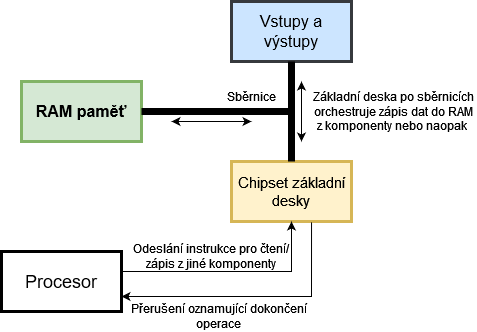
Above: content/jak-se-stat-ajtakem/procesor/asyncio.png in czmirek/mrthompsoncz (draw.io), before the change. Source tidied: cells renumbered, new cells last; positions are measured from the earlier drawing's top-left corner, leaving out a move shared by most shapes. Its diagram source:
```xml
<mxGraphModel>
  <root>
    <mxCell id="0" />
    <mxCell id="1" parent="0" />
    <mxCell id="2" value="Procesor" style="rounded=0;whiteSpace=wrap;html=1;strokeWidth=3;fontSize=18;" parent="1" vertex="1">
      <mxGeometry y="250" width="120" height="60" as="geometry" />
    </mxCell>
    <mxCell id="3" value="&lt;div style=&quot;font-size: 16px;&quot;&gt;RAM paměť&lt;/div&gt;" style="rounded=0;whiteSpace=wrap;html=1;fillColor=#d5e8d4;strokeColor=#82b366;fontSize=16;fontStyle=1;strokeWidth=3;" parent="1" vertex="1">
      <mxGeometry x="20" y="80" width="120" height="60" as="geometry" />
    </mxCell>
    <mxCell id="4" value="Chipset základní desky" style="rounded=0;whiteSpace=wrap;html=1;fillColor=#fff2cc;strokeColor=#d6b656;strokeWidth=3;fontSize=15;" parent="1" vertex="1">
      <mxGeometry x="230" y="160" width="120" height="60" as="geometry" />
    </mxCell>
    <mxCell id="5" value="Vstupy a výstupy" style="rounded=0;whiteSpace=wrap;html=1;fillColor=#cce5ff;strokeColor=#36393d;strokeWidth=3;fontSize=16;fontStyle=0;" parent="1" vertex="1">
      <mxGeometry x="230" width="120" height="60" as="geometry" />
    </mxCell>
    <mxCell id="6" style="endArrow=none;startArrow=none;html=1;rounded=0;entryX=0.5;entryY=1;entryDx=0;entryDy=0;exitX=0.5;exitY=0;exitDx=0;exitDy=0;startFill=0;endFill=0;strokeWidth=7;" parent="1" edge="1" source="4" target="5">
      <mxGeometry relative="1" as="geometry" />
    </mxCell>
    <mxCell id="7" style="endArrow=none;startArrow=none;html=1;rounded=0;exitX=1;exitY=0.5;exitDx=0;exitDy=0;startFill=0;endFill=0;strokeWidth=7;" parent="1" edge="1" source="3">
      <mxGeometry relative="1" as="geometry">
        <mxPoint x="290" y="110" as="targetPoint" />
      </mxGeometry>
    </mxCell>
    <mxCell id="8" value="Sběrnice" style="text;html=1;align=center;verticalAlign=middle;whiteSpace=wrap;rounded=0;" parent="1" vertex="1">
      <mxGeometry x="220" y="80" width="60" height="30" as="geometry" />
    </mxCell>
    <mxCell id="9" style="endArrow=classic;startArrow=classic;html=1;rounded=0;" parent="1" edge="1">
      <mxGeometry relative="1" as="geometry">
        <mxPoint x="170" y="120" as="sourcePoint" />
        <mxPoint x="250" y="120" as="targetPoint" />
      </mxGeometry>
    </mxCell>
    <mxCell id="10" style="endArrow=classic;startArrow=classic;html=1;rounded=0;" parent="1" edge="1">
      <mxGeometry relative="1" as="geometry">
        <mxPoint x="300" y="80" as="sourcePoint" />
        <mxPoint x="300" y="140" as="targetPoint" />
      </mxGeometry>
    </mxCell>
    <mxCell id="11" style="endArrow=classic;html=1;rounded=0;entryX=0.5;entryY=1;entryDx=0;entryDy=0;" parent="1" edge="1" target="4">
      <mxGeometry relative="1" as="geometry">
        <mxPoint x="120" y="270" as="sourcePoint" />
        <Array as="points">
          <mxPoint x="290" y="270" />
        </Array>
      </mxGeometry>
    </mxCell>
    <mxCell id="12" value="Odeslání instrukce pro čtení/zápis z jiné komponenty" style="text;html=1;align=center;verticalAlign=middle;whiteSpace=wrap;rounded=0;" parent="1" vertex="1">
      <mxGeometry x="130" y="240" width="160" height="30" as="geometry" />
    </mxCell>
    <mxCell id="13" style="endArrow=classic;html=1;rounded=0;exitX=0.667;exitY=1.014;exitDx=0;exitDy=0;exitPerimeter=0;entryX=1;entryY=0.75;entryDx=0;entryDy=0;" parent="1" edge="1" source="4" target="2">
      <mxGeometry relative="1" as="geometry">
        <Array as="points">
          <mxPoint x="310" y="295" />
        </Array>
      </mxGeometry>
    </mxCell>
    <mxCell id="14" value="Přerušení oznamující dokončení operace" style="text;html=1;align=center;verticalAlign=middle;whiteSpace=wrap;rounded=0;" parent="1" vertex="1">
      <mxGeometry x="120" y="300" width="195" height="30" as="geometry" />
    </mxCell>
    <mxCell id="15" value="Základní deska po sběrnicích orchestruje zápis dat do RAM z komponenty nebo naopak&amp;nbsp; " style="text;html=1;align=center;verticalAlign=middle;whiteSpace=wrap;rounded=0;" parent="1" vertex="1">
      <mxGeometry x="310" y="86.2" width="165" height="47.5" as="geometry" />
    </mxCell>
  </root>
</mxGraphModel>
```
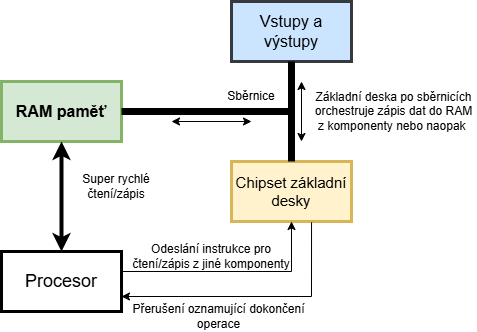
Above is the later version.

Change to the diagram source:
```diff
@@ -6,7 +6,7 @@
       <mxGeometry y="250" width="120" height="60" as="geometry" />
     </mxCell>
     <mxCell id="3" value="&lt;div style=&quot;font-size: 16px;&quot;&gt;RAM paměť&lt;/div&gt;" style="rounded=0;whiteSpace=wrap;html=1;fillColor=#d5e8d4;strokeColor=#82b366;fontSize=16;fontStyle=1;strokeWidth=3;" parent="1" vertex="1">
-      <mxGeometry x="20" y="80" width="120" height="60" as="geometry" />
+      <mxGeometry y="80" width="120" height="60" as="geometry" />
     </mxCell>
     <mxCell id="4" value="Chipset základní desky" style="rounded=0;whiteSpace=wrap;html=1;fillColor=#fff2cc;strokeColor=#d6b656;strokeWidth=3;fontSize=15;" parent="1" vertex="1">
       <mxGeometry x="230" y="160" width="120" height="60" as="geometry" />
@@ -61,5 +61,11 @@
     <mxCell id="15" value="Základní deska po sběrnicích orchestruje zápis dat do RAM z komponenty nebo naopak&amp;nbsp; " style="text;html=1;align=center;verticalAlign=middle;whiteSpace=wrap;rounded=0;" parent="1" vertex="1">
       <mxGeometry x="310" y="86.2" width="165" height="47.5" as="geometry" />
     </mxCell>
+    <mxCell id="16" style="endArrow=classic;startArrow=classic;html=1;rounded=0;strokeWidth=4;entryX=0.5;entryY=1;entryDx=0;entryDy=0;exitX=0.5;exitY=0;exitDx=0;exitDy=0;" parent="1" edge="1" source="2" target="3">
+      <mxGeometry relative="1" as="geometry" />
+    </mxCell>
+    <mxCell id="17" value="Super rychlé čtení/zápis" style="text;html=1;align=center;verticalAlign=middle;whiteSpace=wrap;rounded=0;" parent="1" vertex="1">
+      <mxGeometry x="70" y="170" width="90" height="30" as="geometry" />
+    </mxCell>
   </root>
 </mxGraphModel>
```
